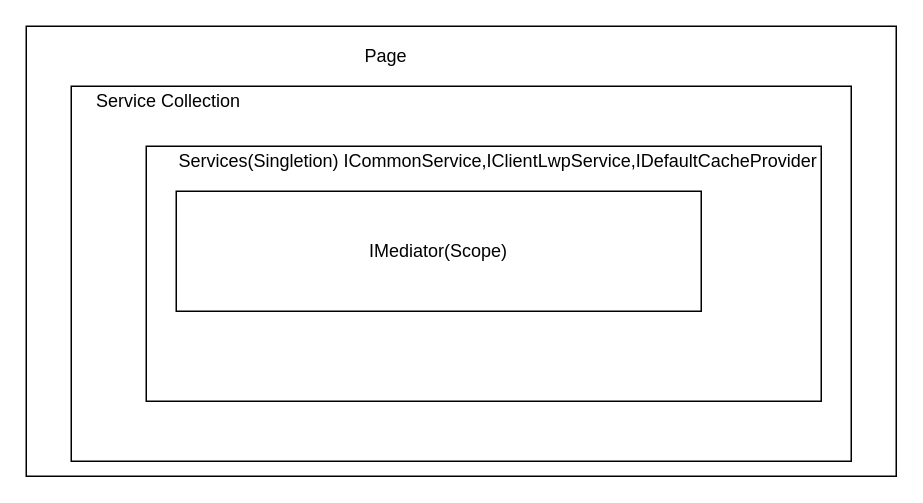
Above: Untitled Diagram.drawio in lysiasyahira/DxcAssignment (draw.io), before the change. Source tidied: cells renumbered, new cells numbered last; positions are measured from the earlier drawing's top-left corner, leaving out a move shared by most shapes. Both pictures are drawn from the tidied source at 150%, with x=0, y=0 at pixel (26, 26).
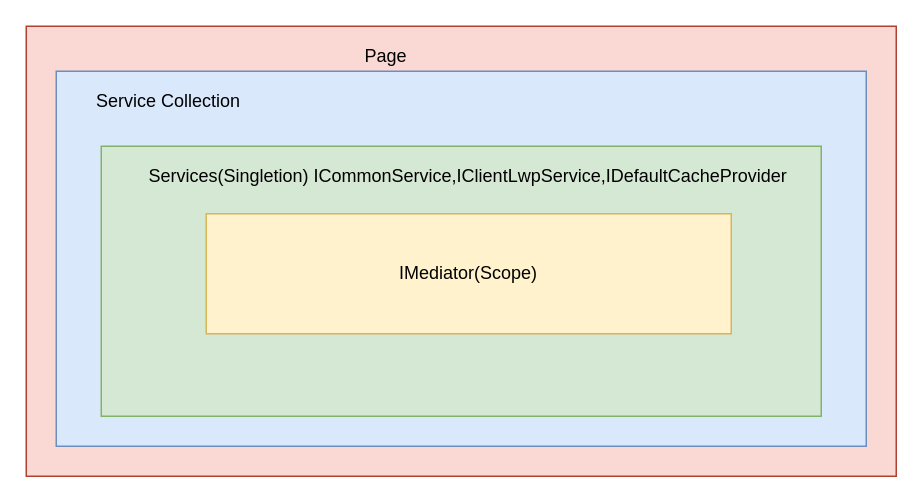
The same page after the edit.

Diff of the diagram source:
```diff
@@
 <mxGraphModel>
   <root>
     <mxCell id="0" />
     <mxCell id="1" parent="0" />
-    <mxCell id="2" style="rounded=0;whiteSpace=wrap;html=1;" parent="1" vertex="1">
+    <mxCell id="2" style="rounded=0;whiteSpace=wrap;html=1;fillColor=#fad9d5;strokeColor=#ae4132;" parent="1" vertex="1">
       <mxGeometry width="580" height="300" as="geometry" />
     </mxCell>
-    <mxCell id="3" style="rounded=0;whiteSpace=wrap;html=1;" parent="1" vertex="1">
-      <mxGeometry x="30" y="40" width="520" height="250" as="geometry" />
+    <mxCell id="3" style="rounded=0;whiteSpace=wrap;html=1;fillColor=#dae8fc;strokeColor=#6c8ebf;" parent="1" vertex="1">
+      <mxGeometry x="20" y="30" width="540" height="250" as="geometry" />
     </mxCell>
-    <mxCell id="4" style="rounded=0;whiteSpace=wrap;html=1;" parent="1" vertex="1">
-      <mxGeometry x="80" y="80" width="450" height="170" as="geometry" />
+    <mxCell id="4" style="rounded=0;whiteSpace=wrap;html=1;fillColor=#d5e8d4;strokeColor=#82b366;" parent="1" vertex="1">
+      <mxGeometry x="50" y="80" width="480" height="180" as="geometry" />
     </mxCell>
     <mxCell id="5" value="Page" style="text;html=1;strokeColor=none;fillColor=none;align=center;verticalAlign=middle;whiteSpace=wrap;rounded=0;" parent="1" vertex="1">
       <mxGeometry x="220" y="10" width="40" height="20" as="geometry" />
     </mxCell>
-    <mxCell id="6" value="IMediator(Scope)" style="rounded=0;whiteSpace=wrap;html=1;" parent="1" vertex="1">
-      <mxGeometry x="100" y="110" width="350" height="80" as="geometry" />
+    <mxCell id="6" value="IMediator(Scope)" style="rounded=0;whiteSpace=wrap;html=1;fillColor=#fff2cc;strokeColor=#d6b656;" parent="1" vertex="1">
+      <mxGeometry x="120" y="125" width="350" height="80" as="geometry" />
     </mxCell>
     <mxCell id="7" value="Service Collection" style="text;html=1;strokeColor=none;fillColor=none;align=center;verticalAlign=middle;whiteSpace=wrap;rounded=0;" parent="1" vertex="1">
       <mxGeometry x="40" y="40" width="110" height="20" as="geometry" />
     </mxCell>
     <mxCell id="8" value="Services(Singletion)&amp;nbsp;ICommonService,IClientLwpService,IDefaultCacheProvider" style="text;html=1;strokeColor=none;fillColor=none;align=left;verticalAlign=middle;whiteSpace=wrap;rounded=0;" parent="1" vertex="1">
-      <mxGeometry x="100" y="80" width="380" height="20" as="geometry" />
+      <mxGeometry x="80" y="90" width="380" height="20" as="geometry" />
     </mxCell>
   </root>
 </mxGraphModel>
```
